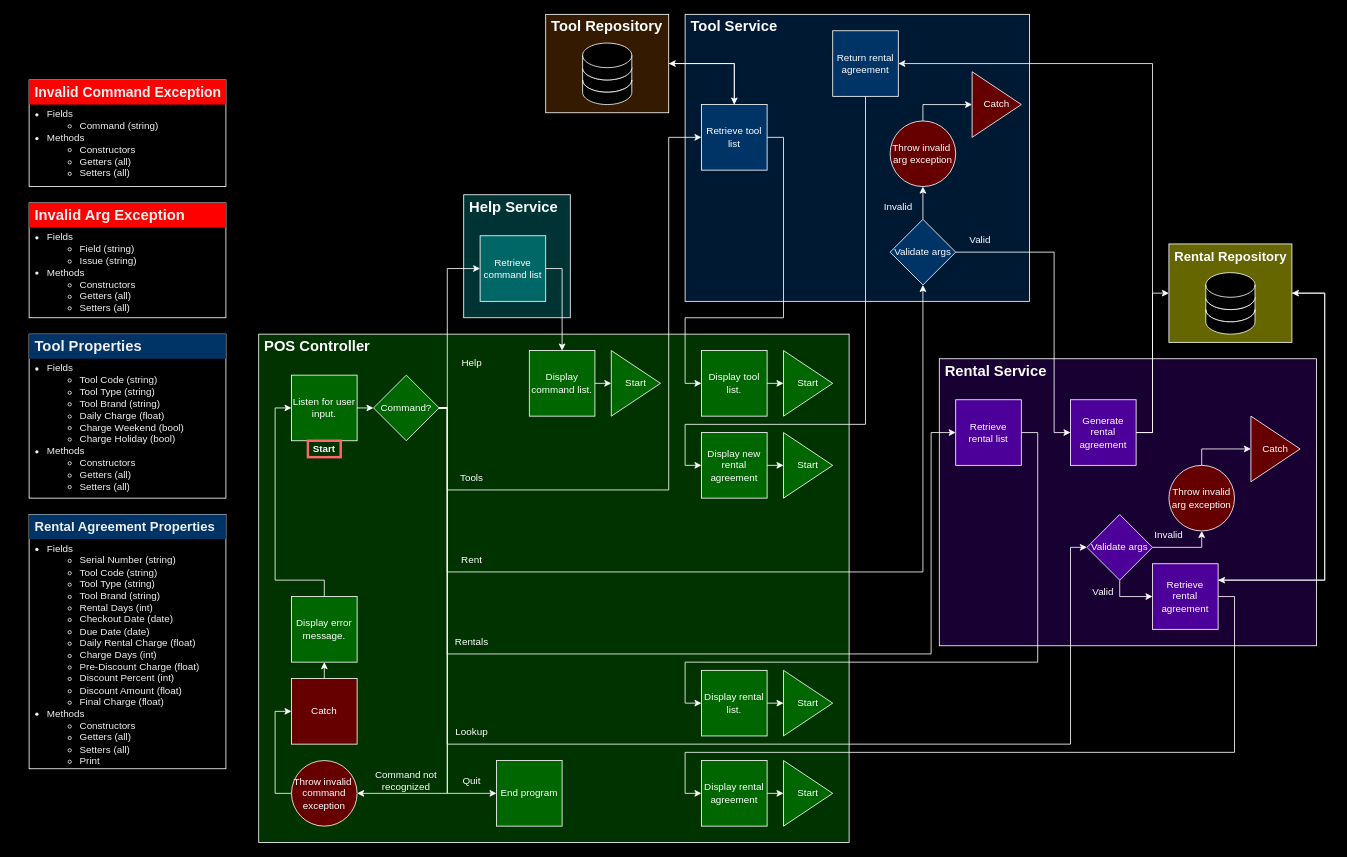
The draw.io diagram Documentation/Tools.drawio in drake-pamplin/DP0801, before the edit. Source tidied: cells renumbered, new cells numbered last; positions are measured from the earlier drawing's top-left corner, leaving out a move shared by most shapes. Both pictures are drawn from the tidied source at 82%, with x=0, y=0 at pixel (29, 14).
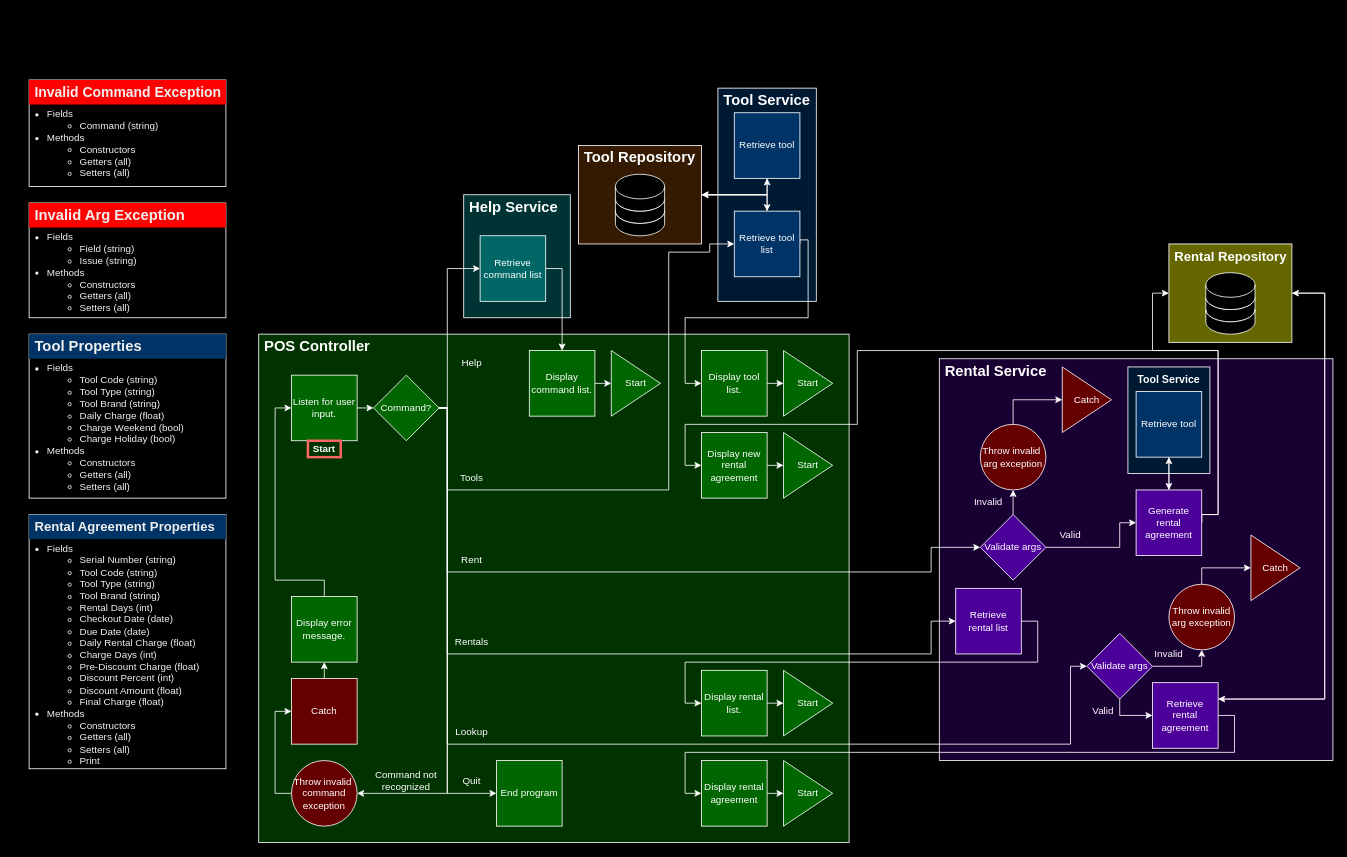
The same diagram, later.

Commit message (it also covers changes not shown here):
chore: added to rental agreement creation

The change refers to these unchanged cells:
```xml
<mxCell id="14" value="&lt;font color=&quot;#ffffff&quot;&gt;Command?&lt;/font&gt;" style="rhombus;whiteSpace=wrap;html=1;strokeColor=#FFFFFF;fillColor=#006600;" parent="1" vertex="1">
  <mxGeometry x="420" y="440" width="80" height="80" as="geometry" />
</mxCell>
<mxCell id="34" value="&lt;font color=&quot;#ffffff&quot;&gt;Display tool list.&lt;/font&gt;" style="whiteSpace=wrap;html=1;fillColor=#006600;strokeColor=#FFFFFF;" parent="1" vertex="1">
  <mxGeometry x="820" y="410" width="80" height="80" as="geometry" />
</mxCell>
<mxCell id="54" value="&lt;font color=&quot;#ffffff&quot;&gt;Display rental list.&lt;/font&gt;" style="whiteSpace=wrap;html=1;fillColor=#006600;strokeColor=#FFFFFF;" parent="1" vertex="1">
  <mxGeometry x="820" y="800" width="80" height="80" as="geometry" />
</mxCell>
<mxCell id="62" value="&lt;font color=&quot;#ffffff&quot;&gt;Display new rental agreement&lt;/font&gt;" style="whiteSpace=wrap;html=1;fillColor=#006600;strokeColor=#FFFFFF;" parent="1" vertex="1">
  <mxGeometry x="820" y="510" width="80" height="80" as="geometry" />
</mxCell>
<mxCell id="75" value="&lt;font color=&quot;#ffffff&quot;&gt;Display rental agreement&lt;/font&gt;" style="whiteSpace=wrap;html=1;fillColor=#006600;strokeColor=#FFFFFF;" parent="1" vertex="1">
  <mxGeometry x="820" y="910" width="80" height="80" as="geometry" />
</mxCell>
<mxCell id="100" style="rounded=0;whiteSpace=wrap;html=1;fillColor=#666600;strokeColor=#FFFFFF;" parent="1" vertex="1">
  <mxGeometry x="1390" y="280" width="150" height="120" as="geometry" />
</mxCell>
```

Change to the diagram source:
```diff
@@
     <mxCell id="29" style="rounded=0;whiteSpace=wrap;html=1;fillColor=#001933;strokeColor=#FFFFFF;" parent="1" vertex="1">
-      <mxGeometry x="800" width="420" height="350" as="geometry" />
+      <mxGeometry x="840" y="90" width="120" height="260" as="geometry" />
     </mxCell>
     <mxCell id="30" value="Tool Service" style="text;html=1;strokeColor=none;fillColor=none;align=left;verticalAlign=middle;whiteSpace=wrap;rounded=0;fontColor=#FFFFFF;spacingLeft=5;fontSize=18;fontStyle=1;" parent="1" vertex="1">
-      <mxGeometry x="800" width="130" height="30" as="geometry" />
+      <mxGeometry x="840" y="90" width="130" height="30" as="geometry" />
     </mxCell>
     <mxCell id="31" style="edgeStyle=orthogonalEdgeStyle;rounded=0;jettySize=auto;html=1;exitX=1;exitY=0.5;exitDx=0;exitDy=0;entryX=0;entryY=0.5;entryDx=0;entryDy=0;strokeColor=#FFFFFF;" parent="1" edge="1" source="33" target="34">
       <mxGeometry relative="1" as="geometry">
         <Array as="points">
-          <mxPoint x="920" y="150" />
-          <mxPoint x="920" y="370" />
+          <mxPoint x="950" y="275" />
+          <mxPoint x="950" y="370" />
           <mxPoint x="800" y="370" />
           <mxPoint x="800" y="450" />
         </Array>
       </mxGeometry>
     </mxCell>
     <mxCell id="32" style="edgeStyle=orthogonalEdgeStyle;rounded=0;jettySize=auto;html=1;exitX=0.5;exitY=0;exitDx=0;exitDy=0;entryX=1;entryY=0.5;entryDx=0;entryDy=0;strokeColor=#FFFFFF;" parent="1" edge="1" source="33" target="94">
-      <mxGeometry relative="1" as="geometry" />
+      <mxGeometry relative="1" as="geometry">
+        <Array as="points">
+          <mxPoint x="900" y="220" />
+        </Array>
+      </mxGeometry>
     </mxCell>
     <mxCell id="33" value="&lt;font color=&quot;#ffffff&quot;&gt;Retrieve tool list&lt;/font&gt;" style="whiteSpace=wrap;html=1;fillColor=#003366;strokeColor=#FFFFFF;" parent="1" vertex="1">
-      <mxGeometry x="820" y="110" width="80" height="80" as="geometry" />
+      <mxGeometry x="860" y="240" width="80" height="80" as="geometry" />
     </mxCell>
@@
     <mxCell id="37" style="edgeStyle=orthogonalEdgeStyle;rounded=0;jettySize=auto;html=1;exitX=1;exitY=0.5;exitDx=0;exitDy=0;entryX=0;entryY=0.5;entryDx=0;entryDy=0;strokeColor=#FFFFFF;" parent="1" edge="1" source="14" target="33">
       <mxGeometry relative="1" as="geometry">
         <Array as="points">
           <mxPoint x="510" y="480" />
           <mxPoint x="510" y="580" />
           <mxPoint x="780" y="580" />
-          <mxPoint x="780" y="150" />
+          <mxPoint x="780" y="290" />
+          <mxPoint x="830" y="290" />
+          <mxPoint x="830" y="280" />
         </Array>
       </mxGeometry>
     </mxCell>
-    <mxCell id="38" style="edgeStyle=orthogonalEdgeStyle;rounded=0;jettySize=auto;html=1;exitX=1;exitY=0.5;exitDx=0;exitDy=0;strokeColor=#FFFFFF;entryX=0.5;entryY=1;entryDx=0;entryDy=0;" parent="1" edge="1" source="14" target="40">
-      <mxGeometry relative="1" as="geometry">
-        <Array as="points">
-          <mxPoint x="510" y="480" />
-          <mxPoint x="510" y="680" />
-          <mxPoint x="1090" y="680" />
-        </Array>
-      </mxGeometry>
-    </mxCell>
-    <mxCell id="39" style="edgeStyle=orthogonalEdgeStyle;rounded=0;jettySize=auto;html=1;exitX=0.5;exitY=0;exitDx=0;exitDy=0;entryX=0.5;entryY=1;entryDx=0;entryDy=0;strokeColor=#FFFFFF;" parent="1" edge="1" source="40" target="42">
-      <mxGeometry relative="1" as="geometry" />
-    </mxCell>
-    <mxCell id="40" value="&lt;font color=&quot;#ffffff&quot;&gt;Validate args&lt;/font&gt;" style="rhombus;whiteSpace=wrap;html=1;strokeColor=#FFFFFF;fillColor=#003366;" parent="1" vertex="1">
-      <mxGeometry x="1050" y="250" width="80" height="80" as="geometry" />
-    </mxCell>
-    <mxCell id="41" style="edgeStyle=orthogonalEdgeStyle;rounded=0;jettySize=auto;html=1;exitX=0.5;exitY=0;exitDx=0;exitDy=0;entryX=0;entryY=0.5;entryDx=0;entryDy=0;strokeColor=#FFFFFF;" parent="1" edge="1" source="42" target="91">
-      <mxGeometry relative="1" as="geometry" />
-    </mxCell>
-    <mxCell id="42" value="&lt;font color=&quot;#ffffff&quot;&gt;Throw invalid&amp;nbsp; arg exception&lt;/font&gt;" style="ellipse;whiteSpace=wrap;html=1;fillColor=#660000;strokeColor=#FFFFFF;" parent="1" vertex="1">
-      <mxGeometry x="1050" y="130" width="80" height="80" as="geometry" />
-    </mxCell>
-    <mxCell id="43" value="Valid" style="text;html=1;strokeColor=none;fillColor=none;align=center;verticalAlign=middle;whiteSpace=wrap;rounded=0;fontColor=#FFFFFF;" parent="1" vertex="1">
-      <mxGeometry x="1130" y="260" width="60" height="30" as="geometry" />
-    </mxCell>
-    <mxCell id="44" value="Invalid" style="text;html=1;strokeColor=none;fillColor=none;align=center;verticalAlign=middle;whiteSpace=wrap;rounded=0;fontColor=#FFFFFF;" parent="1" vertex="1">
-      <mxGeometry x="1030" y="220" width="60" height="30" as="geometry" />
-    </mxCell>
     <mxCell id="45" style="rounded=0;whiteSpace=wrap;html=1;fillColor=#190033;strokeColor=#FFFFFF;" parent="1" vertex="1">
-      <mxGeometry x="1110" y="420" width="460" height="350" as="geometry" />
+      <mxGeometry x="1110" y="420" width="480" height="490" as="geometry" />
     </mxCell>
@@
     <mxCell id="47" value="&lt;font color=&quot;#ffffff&quot;&gt;Retrieve rental list&lt;/font&gt;" style="whiteSpace=wrap;html=1;fillColor=#4C0099;strokeColor=#FFFFFF;" parent="1" vertex="1">
-      <mxGeometry x="1130" y="470" width="80" height="80" as="geometry" />
+      <mxGeometry x="1130" y="700" width="80" height="80" as="geometry" />
     </mxCell>
@@
     <mxCell id="50" value="&lt;font color=&quot;#ffffff&quot;&gt;Validate args&lt;/font&gt;" style="rhombus;whiteSpace=wrap;html=1;strokeColor=#FFFFFF;fillColor=#4C0099;" parent="1" vertex="1">
-      <mxGeometry x="1290" y="610" width="80" height="80" as="geometry" />
+      <mxGeometry x="1290" y="755" width="80" height="80" as="geometry" />
     </mxCell>
     <mxCell id="51" style="edgeStyle=orthogonalEdgeStyle;rounded=0;jettySize=auto;html=1;exitX=1;exitY=0.5;exitDx=0;exitDy=0;entryX=0;entryY=0.5;entryDx=0;entryDy=0;strokeColor=#FFFFFF;" parent="1" edge="1" source="14" target="47">
       <mxGeometry relative="1" as="geometry">
         <Array as="points">
           <mxPoint x="510" y="480" />
           <mxPoint x="510" y="780" />
           <mxPoint x="1100" y="780" />
-          <mxPoint x="1100" y="510" />
+          <mxPoint x="1100" y="740" />
         </Array>
       </mxGeometry>
     </mxCell>
@@
     <mxCell id="55" style="edgeStyle=orthogonalEdgeStyle;rounded=0;jettySize=auto;html=1;exitX=1;exitY=0.5;exitDx=0;exitDy=0;entryX=0;entryY=0.5;entryDx=0;entryDy=0;strokeColor=#FFFFFF;" parent="1" edge="1" source="47" target="54">
       <mxGeometry relative="1" as="geometry">
         <Array as="points">
-          <mxPoint x="1230" y="510" />
+          <mxPoint x="1230" y="740" />
           <mxPoint x="1230" y="790" />
           <mxPoint x="800" y="790" />
           <mxPoint x="800" y="840" />
         </Array>
       </mxGeometry>
     </mxCell>
     <mxCell id="56" style="edgeStyle=orthogonalEdgeStyle;rounded=0;jettySize=auto;html=1;exitX=1;exitY=0.5;exitDx=0;exitDy=0;entryX=0;entryY=0.5;entryDx=0;entryDy=0;strokeColor=#FFFFFF;" parent="1" edge="1" source="57" target="100">
-      <mxGeometry relative="1" as="geometry" />
+      <mxGeometry relative="1" as="geometry">
+        <Array as="points">
+          <mxPoint x="1450" y="610" />
+          <mxPoint x="1450" y="410" />
+          <mxPoint x="1370" y="410" />
+          <mxPoint x="1370" y="340" />
+        </Array>
+      </mxGeometry>
     </mxCell>
+    <mxCell id="105" style="edgeStyle=orthogonalEdgeStyle;rounded=0;jettySize=auto;html=1;exitX=1;exitY=0.5;exitDx=0;exitDy=0;entryX=0;entryY=0.5;entryDx=0;entryDy=0;strokeColor=#FFFFFF;" parent="1" edge="1" source="57" target="62">
+      <mxGeometry relative="1" as="geometry">
+        <Array as="points">
+          <mxPoint x="1450" y="610" />
+          <mxPoint x="1450" y="410" />
+          <mxPoint x="1010" y="410" />
+          <mxPoint x="1010" y="500" />
+          <mxPoint x="800" y="500" />
+          <mxPoint x="800" y="550" />
+        </Array>
+      </mxGeometry>
+    </mxCell>
     <mxCell id="57" value="&lt;font color=&quot;#ffffff&quot;&gt;Generate rental agreement&lt;/font&gt;" style="whiteSpace=wrap;html=1;fillColor=#4C0099;strokeColor=#FFFFFF;" parent="1" vertex="1">
-      <mxGeometry x="1270" y="470" width="80" height="80" as="geometry" />
+      <mxGeometry x="1350" y="580" width="80" height="80" as="geometry" />
     </mxCell>
     <mxCell id="58" style="edgeStyle=orthogonalEdgeStyle;rounded=0;jettySize=auto;html=1;exitX=0;exitY=1;exitDx=0;exitDy=0;entryX=0;entryY=0.5;entryDx=0;entryDy=0;strokeColor=#FFFFFF;" parent="1" edge="1" source="43" target="57">
       <mxGeometry relative="1" as="geometry">
         <Array as="points">
-          <mxPoint x="1250" y="290" />
-          <mxPoint x="1250" y="510" />
+          <mxPoint x="1330" y="650" />
+          <mxPoint x="1330" y="620" />
         </Array>
       </mxGeometry>
     </mxCell>
-    <mxCell id="59" value="&lt;font color=&quot;#ffffff&quot;&gt;Return rental agreement&lt;/font&gt;" style="whiteSpace=wrap;html=1;fillColor=#003366;strokeColor=#FFFFFF;" parent="1" vertex="1">
-      <mxGeometry x="980" y="20" width="80" height="80" as="geometry" />
-    </mxCell>
-    <mxCell id="60" style="edgeStyle=orthogonalEdgeStyle;rounded=0;jettySize=auto;html=1;exitX=1;exitY=0.5;exitDx=0;exitDy=0;entryX=1;entryY=0.5;entryDx=0;entryDy=0;strokeColor=#FFFFFF;" parent="1" edge="1" source="57" target="59">
-      <mxGeometry relative="1" as="geometry" />
-    </mxCell>
@@
-    <mxCell id="64" style="edgeStyle=orthogonalEdgeStyle;rounded=0;jettySize=auto;html=1;exitX=0.5;exitY=1;exitDx=0;exitDy=0;entryX=0;entryY=0.5;entryDx=0;entryDy=0;strokeColor=#FFFFFF;" parent="1" edge="1" source="59" target="62">
-      <mxGeometry relative="1" as="geometry">
-        <Array as="points">
-          <mxPoint x="1020" y="500" />
-          <mxPoint x="800" y="500" />
-          <mxPoint x="800" y="550" />
-        </Array>
-      </mxGeometry>
-    </mxCell>
     <mxCell id="65" style="edgeStyle=orthogonalEdgeStyle;rounded=0;jettySize=auto;html=1;exitX=1;exitY=0.5;exitDx=0;exitDy=0;entryX=0;entryY=0.5;entryDx=0;entryDy=0;strokeColor=#FFFFFF;" parent="1" edge="1" source="14" target="50">
       <mxGeometry relative="1" as="geometry">
         <Array as="points">
           <mxPoint x="510" y="480" />
           <mxPoint x="510" y="890" />
           <mxPoint x="1270" y="890" />
-          <mxPoint x="1270" y="650" />
+          <mxPoint x="1270" y="795" />
         </Array>
       </mxGeometry>
     </mxCell>
@@
     <mxCell id="67" value="&lt;font color=&quot;#ffffff&quot;&gt;Throw invalid arg exception&lt;/font&gt;" style="ellipse;whiteSpace=wrap;html=1;fillColor=#660000;strokeColor=#FFFFFF;" parent="1" vertex="1">
-      <mxGeometry x="1390" y="550" width="80" height="80" as="geometry" />
+      <mxGeometry x="1390" y="695" width="80" height="80" as="geometry" />
     </mxCell>
     <mxCell id="68" value="Invalid" style="text;html=1;strokeColor=none;fillColor=none;align=center;verticalAlign=middle;whiteSpace=wrap;rounded=0;fontColor=#FFFFFF;" parent="1" vertex="1">
-      <mxGeometry x="1360" y="620" width="60" height="30" as="geometry" />
+      <mxGeometry x="1360" y="765" width="60" height="30" as="geometry" />
     </mxCell>
     <mxCell id="69" style="edgeStyle=orthogonalEdgeStyle;rounded=0;jettySize=auto;html=1;exitX=1;exitY=0.5;exitDx=0;exitDy=0;entryX=0;entryY=0.5;entryDx=0;entryDy=0;strokeColor=#FFFFFF;" parent="1" edge="1" source="71" target="75">
       <mxGeometry relative="1" as="geometry">
         <Array as="points">
-          <mxPoint x="1470" y="710" />
+          <mxPoint x="1470" y="855" />
           <mxPoint x="1470" y="900" />
           <mxPoint x="800" y="900" />
           <mxPoint x="800" y="950" />
         </Array>
       </mxGeometry>
     </mxCell>
     <mxCell id="70" style="edgeStyle=orthogonalEdgeStyle;rounded=0;jettySize=auto;html=1;exitX=1;exitY=0.25;exitDx=0;exitDy=0;entryX=1;entryY=0.5;entryDx=0;entryDy=0;strokeColor=#FFFFFF;" parent="1" edge="1" source="71" target="100">
       <mxGeometry relative="1" as="geometry">
         <Array as="points">
-          <mxPoint x="1580" y="690" />
+          <mxPoint x="1580" y="835" />
           <mxPoint x="1580" y="340" />
         </Array>
       </mxGeometry>
     </mxCell>
     <mxCell id="71" value="&lt;font color=&quot;#ffffff&quot;&gt;Retrieve rental agreement&lt;/font&gt;" style="whiteSpace=wrap;html=1;fillColor=#4C0099;strokeColor=#FFFFFF;" parent="1" vertex="1">
-      <mxGeometry x="1370" y="670" width="80" height="80" as="geometry" />
+      <mxGeometry x="1370" y="815" width="80" height="80" as="geometry" />
     </mxCell>
     <mxCell id="72" value="Valid" style="text;html=1;strokeColor=none;fillColor=none;align=center;verticalAlign=middle;whiteSpace=wrap;rounded=0;fontColor=#FFFFFF;" parent="1" vertex="1">
-      <mxGeometry x="1280" y="690" width="60" height="30" as="geometry" />
+      <mxGeometry x="1280" y="835" width="60" height="30" as="geometry" />
     </mxCell>
@@
-    <mxCell id="91" value="&lt;font color=&quot;#ffffff&quot;&gt;Catch&lt;/font&gt;" style="triangle;whiteSpace=wrap;html=1;strokeColor=#FFFFFF;fillColor=#660000;" parent="1" vertex="1">
-      <mxGeometry x="1150" y="70" width="60" height="80" as="geometry" />
-    </mxCell>
     <mxCell id="92" value="&lt;font color=&quot;#ffffff&quot;&gt;Catch&lt;/font&gt;" style="triangle;whiteSpace=wrap;html=1;strokeColor=#FFFFFF;fillColor=#660000;" parent="1" vertex="1">
-      <mxGeometry x="1490" y="490" width="60" height="80" as="geometry" />
+      <mxGeometry x="1490" y="635" width="60" height="80" as="geometry" />
     </mxCell>
+    <mxCell id="106" style="edgeStyle=orthogonalEdgeStyle;rounded=0;jettySize=auto;html=1;exitX=1;exitY=0.5;exitDx=0;exitDy=0;entryX=0.5;entryY=1;entryDx=0;entryDy=0;strokeColor=#FFFFFF;" parent="1" edge="1" source="94" target="113">
+      <mxGeometry relative="1" as="geometry">
+        <Array as="points">
+          <mxPoint x="900" y="220" />
+        </Array>
+      </mxGeometry>
+    </mxCell>
     <mxCell id="93" style="edgeStyle=orthogonalEdgeStyle;rounded=0;jettySize=auto;html=1;exitX=1;exitY=0.5;exitDx=0;exitDy=0;entryX=0.5;entryY=0;entryDx=0;entryDy=0;strokeColor=#FFFFFF;" parent="1" edge="1" source="94" target="33">
-      <mxGeometry relative="1" as="geometry" />
+      <mxGeometry relative="1" as="geometry">
+        <Array as="points">
+          <mxPoint x="900" y="220" />
+        </Array>
+      </mxGeometry>
     </mxCell>
     <mxCell id="94" style="rounded=0;whiteSpace=wrap;html=1;fillColor=#331A00;strokeColor=#FFFFFF;" parent="1" vertex="1">
-      <mxGeometry x="630" width="150" height="120" as="geometry" />
+      <mxGeometry x="670" y="160" width="150" height="120" as="geometry" />
     </mxCell>
     <mxCell id="95" value="Tool Repository" style="text;html=1;strokeColor=none;fillColor=none;align=left;verticalAlign=middle;whiteSpace=wrap;rounded=0;fontColor=#FFFFFF;spacingLeft=5;fontSize=18;fontStyle=1;" parent="1" vertex="1">
-      <mxGeometry x="630" width="150" height="30" as="geometry" />
+      <mxGeometry x="670" y="160" width="150" height="30" as="geometry" />
     </mxCell>
     <mxCell id="96" style="shape=cylinder3;whiteSpace=wrap;html=1;boundedLbl=1;backgroundOutline=1;size=15;lid=0;fillColor=#000000;strokeColor=#FFFFFF;" parent="1" vertex="1">
-      <mxGeometry x="675" y="65" width="60" height="30" as="geometry" />
+      <mxGeometry x="715" y="225" width="60" height="30" as="geometry" />
     </mxCell>
     <mxCell id="97" style="shape=cylinder3;whiteSpace=wrap;html=1;boundedLbl=1;backgroundOutline=1;size=15;fillColor=#000000;strokeColor=#FFFFFF;" parent="1" vertex="1">
-      <mxGeometry x="675" y="35" width="60" height="45" as="geometry" />
+      <mxGeometry x="715" y="195" width="60" height="45" as="geometry" />
     </mxCell>
     <mxCell id="98" style="shape=cylinder3;whiteSpace=wrap;html=1;boundedLbl=1;backgroundOutline=1;size=15;lid=0;fillColor=#000000;strokeColor=#FFFFFF;" parent="1" vertex="1">
-      <mxGeometry x="675" y="80" width="60" height="30" as="geometry" />
+      <mxGeometry x="715" y="240" width="60" height="30" as="geometry" />
     </mxCell>
     <mxCell id="99" style="edgeStyle=orthogonalEdgeStyle;rounded=0;jettySize=auto;html=1;exitX=1;exitY=0.5;exitDx=0;exitDy=0;entryX=1;entryY=0.25;entryDx=0;entryDy=0;strokeColor=#FFFFFF;" parent="1" edge="1" source="100" target="71">
       <mxGeometry relative="1" as="geometry">
         <Array as="points">
           <mxPoint x="1580" y="340" />
-          <mxPoint x="1580" y="690" />
+          <mxPoint x="1580" y="835" />
         </Array>
       </mxGeometry>
     </mxCell>
@@
+    <mxCell id="40" value="&lt;font color=&quot;#ffffff&quot;&gt;Validate args&lt;/font&gt;" style="rhombus;whiteSpace=wrap;html=1;strokeColor=#FFFFFF;fillColor=#4C0099;" parent="1" vertex="1">
+      <mxGeometry x="1160" y="610" width="80" height="80" as="geometry" />
+    </mxCell>
+    <mxCell id="41" style="edgeStyle=orthogonalEdgeStyle;rounded=0;jettySize=auto;html=1;exitX=0.5;exitY=0;exitDx=0;exitDy=0;entryX=0;entryY=0.5;entryDx=0;entryDy=0;strokeColor=#FFFFFF;" parent="1" edge="1" source="42" target="91">
+      <mxGeometry relative="1" as="geometry" />
+    </mxCell>
+    <mxCell id="107" style="rounded=0;whiteSpace=wrap;html=1;fillColor=#001933;strokeColor=#FFFFFF;" parent="1" vertex="1">
+      <mxGeometry x="1340" y="430" width="100" height="130" as="geometry" />
+    </mxCell>
+    <mxCell id="42" value="&lt;font color=&quot;#ffffff&quot;&gt;Throw invalid&amp;nbsp; arg exception&lt;/font&gt;" style="ellipse;whiteSpace=wrap;html=1;fillColor=#660000;strokeColor=#FFFFFF;" parent="1" vertex="1">
+      <mxGeometry x="1160" y="500" width="80" height="80" as="geometry" />
+    </mxCell>
+    <mxCell id="43" value="Valid" style="text;html=1;strokeColor=none;fillColor=none;align=center;verticalAlign=middle;whiteSpace=wrap;rounded=0;fontColor=#FFFFFF;" parent="1" vertex="1">
+      <mxGeometry x="1240" y="620" width="60" height="30" as="geometry" />
+    </mxCell>
+    <mxCell id="44" value="Invalid" style="text;html=1;strokeColor=none;fillColor=none;align=center;verticalAlign=middle;whiteSpace=wrap;rounded=0;fontColor=#FFFFFF;" parent="1" vertex="1">
+      <mxGeometry x="1140" y="580" width="60" height="30" as="geometry" />
+    </mxCell>
+    <mxCell id="91" value="&lt;font color=&quot;#ffffff&quot;&gt;Catch&lt;/font&gt;" style="triangle;whiteSpace=wrap;html=1;strokeColor=#FFFFFF;fillColor=#660000;" parent="1" vertex="1">
+      <mxGeometry x="1260" y="430" width="60" height="80" as="geometry" />
+    </mxCell>
+    <mxCell id="39" style="edgeStyle=orthogonalEdgeStyle;rounded=0;jettySize=auto;html=1;exitX=0.5;exitY=0;exitDx=0;exitDy=0;entryX=0.5;entryY=1;entryDx=0;entryDy=0;strokeColor=#FFFFFF;" parent="1" edge="1" source="40" target="42">
+      <mxGeometry relative="1" as="geometry" />
+    </mxCell>
+    <mxCell id="38" style="edgeStyle=orthogonalEdgeStyle;rounded=0;jettySize=auto;html=1;exitX=1;exitY=0.5;exitDx=0;exitDy=0;strokeColor=#FFFFFF;" parent="1" edge="1" source="14" target="40">
+      <mxGeometry relative="1" as="geometry">
+        <Array as="points">
+          <mxPoint x="510" y="480" />
+          <mxPoint x="510" y="680" />
+          <mxPoint x="1100" y="680" />
+          <mxPoint x="1100" y="650" />
+        </Array>
+      </mxGeometry>
+    </mxCell>
+    <mxCell id="108" style="edgeStyle=orthogonalEdgeStyle;rounded=0;jettySize=auto;html=1;exitX=0.5;exitY=1;exitDx=0;exitDy=0;entryX=0.5;entryY=0;entryDx=0;entryDy=0;strokeColor=#FFFFFF;" parent="1" edge="1" source="109" target="57">
+      <mxGeometry relative="1" as="geometry">
+        <Array as="points">
+          <mxPoint x="1390" y="560" />
+          <mxPoint x="1390" y="560" />
+        </Array>
+      </mxGeometry>
+    </mxCell>
+    <mxCell id="109" value="&lt;font color=&quot;#ffffff&quot;&gt;Retrieve tool&lt;/font&gt;" style="whiteSpace=wrap;html=1;fillColor=#003366;strokeColor=#FFFFFF;" parent="1" vertex="1">
+      <mxGeometry x="1350" y="460" width="80" height="80" as="geometry" />
+    </mxCell>
+    <mxCell id="110" style="edgeStyle=orthogonalEdgeStyle;rounded=0;jettySize=auto;html=1;exitX=0.5;exitY=0;exitDx=0;exitDy=0;entryX=0.5;entryY=1;entryDx=0;entryDy=0;strokeColor=#FFFFFF;" parent="1" edge="1" source="57" target="109">
+      <mxGeometry relative="1" as="geometry" />
+    </mxCell>
+    <mxCell id="111" value="Tool Service" style="text;html=1;strokeColor=none;fillColor=none;align=center;verticalAlign=middle;whiteSpace=wrap;rounded=0;fontColor=#FFFFFF;spacingLeft=0;fontSize=13;fontStyle=1;" parent="1" vertex="1">
+      <mxGeometry x="1340" y="430" width="100" height="30" as="geometry" />
+    </mxCell>
+    <mxCell id="112" style="edgeStyle=orthogonalEdgeStyle;rounded=0;jettySize=auto;html=1;exitX=0.5;exitY=1;exitDx=0;exitDy=0;strokeColor=#FFFFFF;" parent="1" edge="1" source="113">
+      <mxGeometry relative="1" as="geometry">
+        <mxPoint x="820" y="220" as="targetPoint" />
+        <Array as="points">
+          <mxPoint x="900" y="220" />
+        </Array>
+      </mxGeometry>
+    </mxCell>
+    <mxCell id="113" value="&lt;font color=&quot;#ffffff&quot;&gt;Retrieve tool&lt;/font&gt;" style="whiteSpace=wrap;html=1;fillColor=#003366;strokeColor=#FFFFFF;" parent="1" vertex="1">
+      <mxGeometry x="860" y="120" width="80" height="80" as="geometry" />
+    </mxCell>
```
